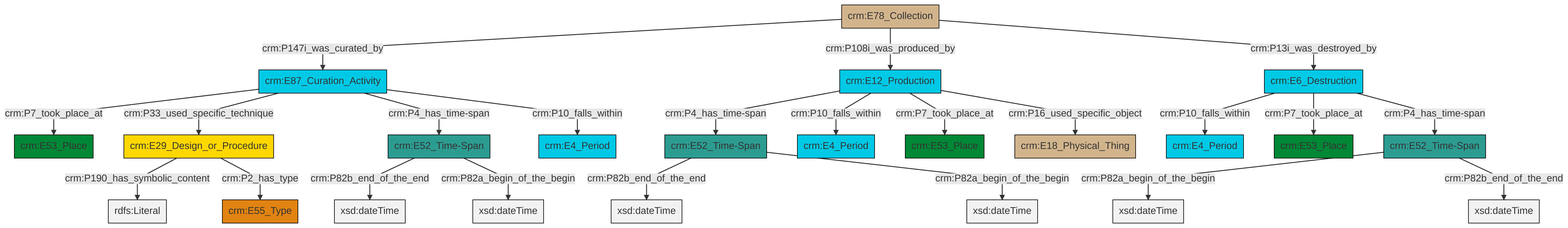
swiss-art-research-net/docs.swissartresearch keeps this Mermaid diagram as et/archivalCSV/ttl/mmd/png/archival_existence.png. Above is the earlier version. Its source is kept beside it as et/archivalCSV/ttl/mmd/archival_existence.ttl.mmd.
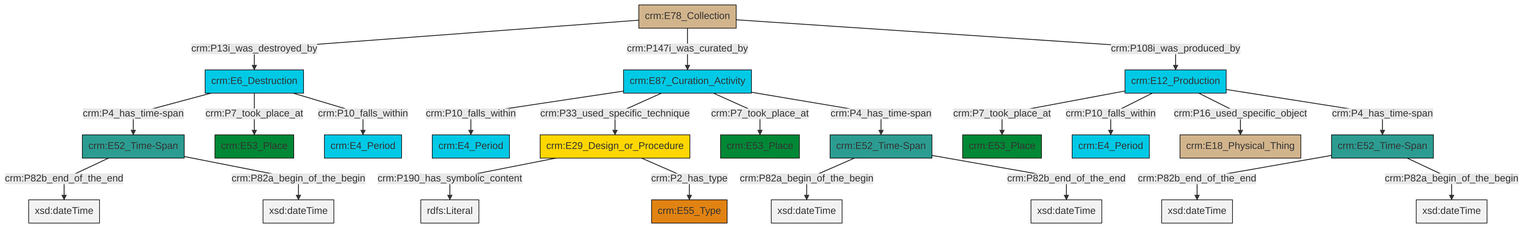
After the commit.

Change to the diagram source:
```diff
@@ -13,25 +13,25 @@
 classDef PC_Classes fill:#4ce600, stroke:#000000;
 classDef Multi fill:#cccccc,stroke:#000000;
 
-0["crm:E52_Time-Span"]:::Time-Span -->|crm:P82a_begin_of_the_begin| 1[xsd:dateTime]:::Literal
-2["crm:E29_Design_or_Procedure"]:::Conceptual_Object -->|crm:P190_has_symbolic_content| 3[rdfs:Literal]:::Literal
-8["crm:E78_Collection"]:::Physical_Thing -->|crm:P147i_was_curated_by| 9["crm:E87_Curation_Activity"]:::Temporal_Entity
-10["crm:E12_Production"]:::Temporal_Entity -->|crm:P4_has_time-span| 4["crm:E52_Time-Span"]:::Time-Span
-10["crm:E12_Production"]:::Temporal_Entity -->|crm:P10_falls_within| 11["crm:E4_Period"]:::Temporal_Entity
-9["crm:E87_Curation_Activity"]:::Temporal_Entity -->|crm:P7_took_place_at| 12["crm:E53_Place"]:::Place
-4["crm:E52_Time-Span"]:::Time-Span -->|crm:P82b_end_of_the_end| 13[xsd:dateTime]:::Literal
-9["crm:E87_Curation_Activity"]:::Temporal_Entity -->|crm:P33_used_specific_technique| 2["crm:E29_Design_or_Procedure"]:::Conceptual_Object
-0["crm:E52_Time-Span"]:::Time-Span -->|crm:P82b_end_of_the_end| 14[xsd:dateTime]:::Literal
-15["crm:E6_Destruction"]:::Temporal_Entity -->|crm:P10_falls_within| 16["crm:E4_Period"]:::Temporal_Entity
-9["crm:E87_Curation_Activity"]:::Temporal_Entity -->|crm:P4_has_time-span| 18["crm:E52_Time-Span"]:::Time-Span
-15["crm:E6_Destruction"]:::Temporal_Entity -->|crm:P7_took_place_at| 20["crm:E53_Place"]:::Place
-18["crm:E52_Time-Span"]:::Time-Span -->|crm:P82b_end_of_the_end| 22[xsd:dateTime]:::Literal
-8["crm:E78_Collection"]:::Physical_Thing -->|crm:P108i_was_produced_by| 10["crm:E12_Production"]:::Temporal_Entity
-2["crm:E29_Design_or_Procedure"]:::Conceptual_Object -->|crm:P2_has_type| 6["crm:E55_Type"]:::Type
-15["crm:E6_Destruction"]:::Temporal_Entity -->|crm:P4_has_time-span| 0["crm:E52_Time-Span"]:::Time-Span
-8["crm:E78_Collection"]:::Physical_Thing -->|crm:P13i_was_destroyed_by| 15["crm:E6_Destruction"]:::Temporal_Entity
-18["crm:E52_Time-Span"]:::Time-Span -->|crm:P82a_begin_of_the_begin| 31[xsd:dateTime]:::Literal
-4["crm:E52_Time-Span"]:::Time-Span -->|crm:P82a_begin_of_the_begin| 32[xsd:dateTime]:::Literal
-10["crm:E12_Production"]:::Temporal_Entity -->|crm:P7_took_place_at| 36["crm:E53_Place"]:::Place
-10["crm:E12_Production"]:::Temporal_Entity -->|crm:P16_used_specific_object| 33["crm:E18_Physical_Thing"]:::Physical_Thing
-9["crm:E87_Curation_Activity"]:::Temporal_Entity -->|crm:P10_falls_within| 26["crm:E4_Period"]:::Temporal_Entity
+0["crm:E78_Collection"]:::Physical_Thing -->|crm:P13i_was_destroyed_by| 2["crm:E6_Destruction"]:::Temporal_Entity
+3["crm:E52_Time-Span"]:::Time-Span -->|crm:P82b_end_of_the_end| 4[xsd:dateTime]:::Literal
+2["crm:E6_Destruction"]:::Temporal_Entity -->|crm:P4_has_time-span| 5["crm:E52_Time-Span"]:::Time-Span
+6["crm:E29_Design_or_Procedure"]:::Conceptual_Object -->|crm:P190_has_symbolic_content| 7[rdfs:Literal]:::Literal
+0["crm:E78_Collection"]:::Physical_Thing -->|crm:P147i_was_curated_by| 10["crm:E87_Curation_Activity"]:::Temporal_Entity
+11["crm:E12_Production"]:::Temporal_Entity -->|crm:P7_took_place_at| 12["crm:E53_Place"]:::Place
+11["crm:E12_Production"]:::Temporal_Entity -->|crm:P10_falls_within| 15["crm:E4_Period"]:::Temporal_Entity
+5["crm:E52_Time-Span"]:::Time-Span -->|crm:P82b_end_of_the_end| 16[xsd:dateTime]:::Literal
+6["crm:E29_Design_or_Procedure"]:::Conceptual_Object -->|crm:P2_has_type| 8["crm:E55_Type"]:::Type
+11["crm:E12_Production"]:::Temporal_Entity -->|crm:P16_used_specific_object| 21["crm:E18_Physical_Thing"]:::Physical_Thing
+10["crm:E87_Curation_Activity"]:::Temporal_Entity -->|crm:P10_falls_within| 22["crm:E4_Period"]:::Temporal_Entity
+5["crm:E52_Time-Span"]:::Time-Span -->|crm:P82a_begin_of_the_begin| 24[xsd:dateTime]:::Literal
+2["crm:E6_Destruction"]:::Temporal_Entity -->|crm:P7_took_place_at| 25["crm:E53_Place"]:::Place
+0["crm:E78_Collection"]:::Physical_Thing -->|crm:P108i_was_produced_by| 11["crm:E12_Production"]:::Temporal_Entity
+2["crm:E6_Destruction"]:::Temporal_Entity -->|crm:P10_falls_within| 28["crm:E4_Period"]:::Temporal_Entity
+18["crm:E52_Time-Span"]:::Time-Span -->|crm:P82a_begin_of_the_begin| 34[xsd:dateTime]:::Literal
+11["crm:E12_Production"]:::Temporal_Entity -->|crm:P4_has_time-span| 3["crm:E52_Time-Span"]:::Time-Span
+18["crm:E52_Time-Span"]:::Time-Span -->|crm:P82b_end_of_the_end| 35[xsd:dateTime]:::Literal
+10["crm:E87_Curation_Activity"]:::Temporal_Entity -->|crm:P33_used_specific_technique| 6["crm:E29_Design_or_Procedure"]:::Conceptual_Object
+10["crm:E87_Curation_Activity"]:::Temporal_Entity -->|crm:P7_took_place_at| 31["crm:E53_Place"]:::Place
+3["crm:E52_Time-Span"]:::Time-Span -->|crm:P82a_begin_of_the_begin| 36[xsd:dateTime]:::Literal
+10["crm:E87_Curation_Activity"]:::Temporal_Entity -->|crm:P4_has_time-span| 18["crm:E52_Time-Span"]:::Time-Span
```
